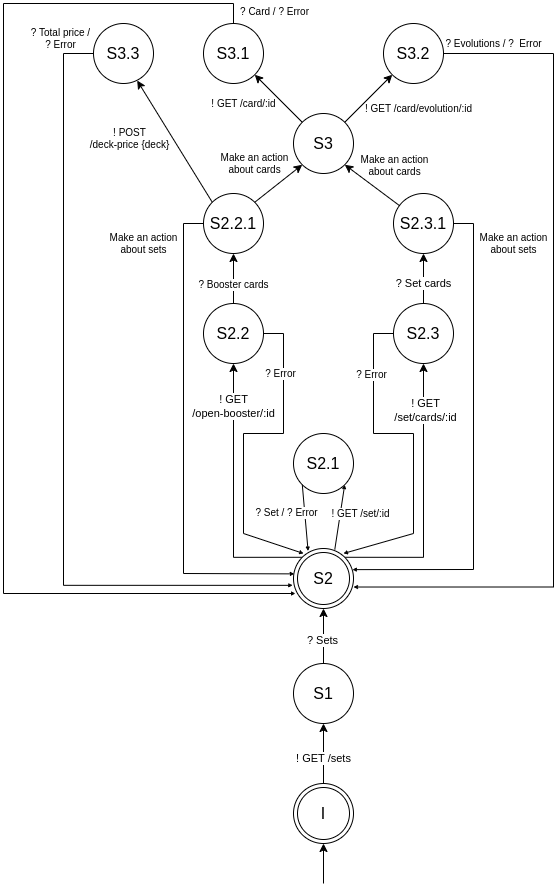
The draw.io diagram R412-Automates_langages/automate-client.png in PolLamothe/Pokapi, before a commit. Source tidied: cells renumbered, new cells last; positions are measured from the earlier drawing's top-left corner, leaving out a move shared by most shapes. The source it was exported from:
```xml
<mxGraphModel>
  <root>
    <mxCell id="0" />
    <mxCell id="1" parent="0" />
    <mxCell id="2" style="edgeStyle=orthogonalEdgeStyle;rounded=0;jettySize=auto;html=1;" parent="1" edge="1" source="4" target="7">
      <mxGeometry relative="1" as="geometry" />
    </mxCell>
    <mxCell id="3" value="! GET /sets" style="edgeLabel;html=1;align=center;verticalAlign=middle;" parent="2" vertex="1">
      <mxGeometry x="0.02" relative="1" as="geometry">
        <mxPoint y="5" as="offset" />
      </mxGeometry>
    </mxCell>
    <mxCell id="4" value="I" style="ellipse;shape=doubleEllipse;whiteSpace=wrap;html=1;fontSize=16;" parent="1" vertex="1">
      <mxGeometry x="290" y="780" width="60" height="60" as="geometry" />
    </mxCell>
    <mxCell id="5" style="edgeStyle=orthogonalEdgeStyle;rounded=0;jettySize=auto;html=1;" parent="1" edge="1" source="7" target="13">
      <mxGeometry relative="1" as="geometry" />
    </mxCell>
    <mxCell id="6" value="? Sets" style="edgeLabel;html=1;align=center;verticalAlign=middle;labelBackgroundColor=default;" parent="5" vertex="1">
      <mxGeometry x="0.1" y="-1" relative="1" as="geometry">
        <mxPoint x="-2" y="7" as="offset" />
      </mxGeometry>
    </mxCell>
    <mxCell id="7" value="S1" style="ellipse;whiteSpace=wrap;html=1;fontSize=16;" parent="1" vertex="1">
      <mxGeometry x="290" y="660" width="60" height="60" as="geometry" />
    </mxCell>
    <mxCell id="8" value="S2.1" style="ellipse;whiteSpace=wrap;html=1;fontSize=16;" parent="1" vertex="1">
      <mxGeometry x="290" y="430" width="60" height="60" as="geometry" />
    </mxCell>
    <mxCell id="9" style="edgeStyle=orthogonalEdgeStyle;rounded=0;jettySize=auto;html=1;exitX=0;exitY=0;exitDx=0;exitDy=0;entryX=0.5;entryY=1;entryDx=0;entryDy=0;" parent="1" edge="1" source="13" target="17">
      <mxGeometry relative="1" as="geometry" />
    </mxCell>
    <mxCell id="10" value="! GET&lt;br&gt;/open-booster/:id" style="edgeLabel;html=1;align=center;verticalAlign=middle;" parent="9" vertex="1">
      <mxGeometry x="-0.29" y="3" relative="1" as="geometry">
        <mxPoint x="3" y="-127" as="offset" />
      </mxGeometry>
    </mxCell>
    <mxCell id="11" style="edgeStyle=orthogonalEdgeStyle;rounded=0;jettySize=auto;html=1;entryX=0.5;entryY=1;entryDx=0;entryDy=0;exitX=1;exitY=0;exitDx=0;exitDy=0;" parent="1" edge="1" source="13" target="20">
      <mxGeometry relative="1" as="geometry" />
    </mxCell>
    <mxCell id="12" value="! GET &lt;br&gt;/set/cards/:id" style="edgeLabel;html=1;align=center;verticalAlign=middle;" parent="11" vertex="1">
      <mxGeometry x="-0.2" y="-1" relative="1" as="geometry">
        <mxPoint x="1" y="-117" as="offset" />
      </mxGeometry>
    </mxCell>
    <mxCell id="13" value="S2" style="ellipse;shape=doubleEllipse;whiteSpace=wrap;html=1;fontSize=16;" parent="1" vertex="1">
      <mxGeometry x="290" y="545" width="60" height="60" as="geometry" />
    </mxCell>
    <mxCell id="14" style="endArrow=classic;html=1;rounded=0;entryX=0.5;entryY=1;entryDx=0;entryDy=0;" parent="1" edge="1" target="4">
      <mxGeometry relative="1" as="geometry">
        <mxPoint x="320" y="880" as="sourcePoint" />
      </mxGeometry>
    </mxCell>
    <mxCell id="15" style="edgeStyle=orthogonalEdgeStyle;rounded=0;jettySize=auto;html=1;" parent="1" edge="1" source="17" target="24">
      <mxGeometry relative="1" as="geometry" />
    </mxCell>
    <mxCell id="16" value="? Booster cards" style="edgeLabel;html=1;align=center;verticalAlign=middle;fontSize=10;" parent="15" vertex="1">
      <mxGeometry x="0.1" y="-3" relative="1" as="geometry">
        <mxPoint x="-3" y="8" as="offset" />
      </mxGeometry>
    </mxCell>
    <mxCell id="17" value="S2.2" style="ellipse;whiteSpace=wrap;html=1;fontSize=16;" parent="1" vertex="1">
      <mxGeometry x="200" y="300" width="60" height="60" as="geometry" />
    </mxCell>
    <mxCell id="18" style="edgeStyle=orthogonalEdgeStyle;rounded=0;jettySize=auto;html=1;entryX=0.5;entryY=1;entryDx=0;entryDy=0;" parent="1" edge="1" source="20" target="25">
      <mxGeometry relative="1" as="geometry" />
    </mxCell>
    <mxCell id="19" value="? Set cards" style="edgeLabel;html=1;align=center;verticalAlign=middle;" parent="18" vertex="1">
      <mxGeometry x="0.21" relative="1" as="geometry">
        <mxPoint y="10" as="offset" />
      </mxGeometry>
    </mxCell>
    <mxCell id="20" value="S2.3" style="ellipse;whiteSpace=wrap;html=1;fontSize=16;" parent="1" vertex="1">
      <mxGeometry x="390" y="300" width="60" height="60" as="geometry" />
    </mxCell>
    <mxCell id="21" value="S3.2" style="ellipse;whiteSpace=wrap;html=1;fontSize=16;" parent="1" vertex="1">
      <mxGeometry x="380" y="20" width="60" height="60" as="geometry" />
    </mxCell>
    <mxCell id="22" value="S3.1" style="ellipse;whiteSpace=wrap;html=1;fontSize=16;" parent="1" vertex="1">
      <mxGeometry x="200" y="20" width="60" height="60" as="geometry" />
    </mxCell>
    <mxCell id="23" value="S3.3" style="ellipse;whiteSpace=wrap;html=1;fontSize=16;" parent="1" vertex="1">
      <mxGeometry x="90" y="20" width="60" height="60" as="geometry" />
    </mxCell>
    <mxCell id="24" value="S2.2.1" style="ellipse;whiteSpace=wrap;html=1;fontSize=16;" parent="1" vertex="1">
      <mxGeometry x="200" y="190" width="60" height="60" as="geometry" />
    </mxCell>
    <mxCell id="25" value="S2.3.1" style="ellipse;whiteSpace=wrap;html=1;fontSize=16;" parent="1" vertex="1">
      <mxGeometry x="390" y="190" width="60" height="60" as="geometry" />
    </mxCell>
    <mxCell id="26" style="endArrow=classic;html=1;rounded=0;endSize=2;exitX=1;exitY=0.5;exitDx=0;exitDy=0;entryX=0.167;entryY=0.083;entryDx=0;entryDy=0;entryPerimeter=0;" parent="1" edge="1" source="17" target="13">
      <mxGeometry relative="1" as="geometry">
        <Array as="points">
          <mxPoint x="280" y="330" />
          <mxPoint x="280" y="430" />
          <mxPoint x="240" y="430" />
          <mxPoint x="240" y="530" />
        </Array>
      </mxGeometry>
    </mxCell>
    <mxCell id="27" value="? Error" style="edgeLabel;html=1;align=center;verticalAlign=middle;fontSize=10;" parent="26" vertex="1">
      <mxGeometry x="-0.6" y="1" relative="1" as="geometry">
        <mxPoint x="-4" y="-5" as="offset" />
      </mxGeometry>
    </mxCell>
    <mxCell id="28" style="endArrow=classic;html=1;rounded=0;endSize=2;exitX=0;exitY=0.5;exitDx=0;exitDy=0;entryX=0.833;entryY=0.083;entryDx=0;entryDy=0;entryPerimeter=0;" parent="1" edge="1" source="20" target="13">
      <mxGeometry relative="1" as="geometry">
        <Array as="points">
          <mxPoint x="370" y="330" />
          <mxPoint x="370" y="430" />
          <mxPoint x="410" y="430" />
          <mxPoint x="410" y="530" />
        </Array>
      </mxGeometry>
    </mxCell>
    <mxCell id="29" value="? Error" style="edgeLabel;html=1;align=center;verticalAlign=middle;fontSize=10;" parent="28" vertex="1">
      <mxGeometry x="-0.57" y="-2" relative="1" as="geometry">
        <mxPoint y="-12" as="offset" />
      </mxGeometry>
    </mxCell>
    <mxCell id="30" style="endArrow=classic;html=1;rounded=0;endSize=2;exitX=0;exitY=0.5;exitDx=0;exitDy=0;entryX=0.013;entryY=0.423;entryDx=0;entryDy=0;entryPerimeter=0;" parent="1" edge="1" source="24" target="13">
      <mxGeometry relative="1" as="geometry">
        <Array as="points">
          <mxPoint x="180" y="220" />
          <mxPoint x="180" y="570" />
        </Array>
      </mxGeometry>
    </mxCell>
    <mxCell id="31" value="Make an action &lt;br style=&quot;font-size: 10px;&quot;&gt;about sets" style="edgeLabel;html=1;align=center;verticalAlign=middle;fontSize=10;" parent="30" vertex="1">
      <mxGeometry x="-0.75" y="-2" relative="1" as="geometry">
        <mxPoint x="-38" y="-21" as="offset" />
      </mxGeometry>
    </mxCell>
    <mxCell id="32" style="endArrow=classic;html=1;rounded=0;endSize=2;exitX=1;exitY=0.5;exitDx=0;exitDy=0;entryX=0.982;entryY=0.352;entryDx=0;entryDy=0;entryPerimeter=0;" parent="1" edge="1" source="25" target="13">
      <mxGeometry relative="1" as="geometry">
        <Array as="points">
          <mxPoint x="470" y="220" />
          <mxPoint x="470" y="566" />
        </Array>
      </mxGeometry>
    </mxCell>
    <mxCell id="33" value="Make an action&lt;br style=&quot;border-color: var(--border-color); font-size: 10px;&quot;&gt;&lt;span style=&quot;font-size: 10px;&quot;&gt;about sets&lt;/span&gt;" style="edgeLabel;html=1;align=center;verticalAlign=middle;fontSize=10;" parent="32" vertex="1">
      <mxGeometry x="-0.79" y="-2" relative="1" as="geometry">
        <mxPoint x="42" y="-12" as="offset" />
      </mxGeometry>
    </mxCell>
    <mxCell id="34" value="S3" style="ellipse;whiteSpace=wrap;html=1;fontSize=16;" parent="1" vertex="1">
      <mxGeometry x="290" y="110" width="60" height="60" as="geometry" />
    </mxCell>
    <mxCell id="35" style="endArrow=classic;html=1;rounded=0;exitX=1;exitY=0;exitDx=0;exitDy=0;entryX=0;entryY=1;entryDx=0;entryDy=0;" parent="1" edge="1" source="24" target="34">
      <mxGeometry relative="1" as="geometry" />
    </mxCell>
    <mxCell id="36" value="Make an action &lt;br style=&quot;font-size: 10px;&quot;&gt;about cards" style="edgeLabel;html=1;align=center;verticalAlign=middle;fontSize=10;labelBackgroundColor=none;" parent="35" vertex="1">
      <mxGeometry x="0.23" y="-1" relative="1" as="geometry">
        <mxPoint x="-31" y="-17" as="offset" />
      </mxGeometry>
    </mxCell>
    <mxCell id="37" style="endArrow=classic;html=1;rounded=0;entryX=1;entryY=1;entryDx=0;entryDy=0;" parent="1" edge="1" source="25" target="34">
      <mxGeometry relative="1" as="geometry" />
    </mxCell>
    <mxCell id="38" value="Make an action &lt;br style=&quot;font-size: 10px;&quot;&gt;about cards" style="edgeLabel;html=1;align=center;verticalAlign=middle;fontSize=10;labelBackgroundColor=none;" parent="37" vertex="1">
      <mxGeometry x="0.23" y="-1" relative="1" as="geometry">
        <mxPoint x="28" y="-14" as="offset" />
      </mxGeometry>
    </mxCell>
    <mxCell id="39" style="endArrow=classic;html=1;rounded=0;exitX=0;exitY=0;exitDx=0;exitDy=0;entryX=1;entryY=1;entryDx=0;entryDy=0;" parent="1" edge="1" source="34" target="22">
      <mxGeometry relative="1" as="geometry" />
    </mxCell>
    <mxCell id="40" value="! GET /card/:id" style="edgeLabel;html=1;align=center;verticalAlign=middle;fontSize=10;labelBackgroundColor=none;" parent="39" vertex="1">
      <mxGeometry x="0.23" y="-1" relative="1" as="geometry">
        <mxPoint x="-30" y="11" as="offset" />
      </mxGeometry>
    </mxCell>
    <mxCell id="41" style="endArrow=classic;html=1;rounded=0;exitX=1;exitY=0;exitDx=0;exitDy=0;entryX=0;entryY=1;entryDx=0;entryDy=0;" parent="1" edge="1" source="34" target="21">
      <mxGeometry relative="1" as="geometry" />
    </mxCell>
    <mxCell id="42" value="! GET /card/evolution/:id" style="edgeLabel;html=1;align=center;verticalAlign=middle;fontSize=10;labelBackgroundColor=none;" parent="41" vertex="1">
      <mxGeometry x="0.23" y="-1" relative="1" as="geometry">
        <mxPoint x="43" y="15" as="offset" />
      </mxGeometry>
    </mxCell>
    <mxCell id="43" style="endArrow=classic;html=1;rounded=0;exitX=0;exitY=0;exitDx=0;exitDy=0;entryX=0.728;entryY=0.951;entryDx=0;entryDy=0;entryPerimeter=0;" parent="1" edge="1" source="24" target="23">
      <mxGeometry relative="1" as="geometry" />
    </mxCell>
    <mxCell id="44" value="! POST &lt;br&gt;/deck-price {deck}" style="edgeLabel;html=1;align=center;verticalAlign=middle;fontSize=10;labelBackgroundColor=none;" parent="43" vertex="1">
      <mxGeometry x="0.23" y="-1" relative="1" as="geometry">
        <mxPoint x="-38" y="11" as="offset" />
      </mxGeometry>
    </mxCell>
    <mxCell id="45" style="edgeStyle=orthogonalEdgeStyle;rounded=0;jettySize=auto;html=1;entryX=1;entryY=0.642;entryDx=0;entryDy=0;entryPerimeter=0;endSize=2;" parent="1" edge="1" source="21" target="13">
      <mxGeometry relative="1" as="geometry">
        <Array as="points">
          <mxPoint x="550" y="50" />
          <mxPoint x="550" y="584" />
        </Array>
      </mxGeometry>
    </mxCell>
    <mxCell id="46" value="? Evolutions / ?&amp;nbsp; Error" style="edgeLabel;html=1;align=center;verticalAlign=middle;fontSize=10;" parent="45" vertex="1">
      <mxGeometry x="-0.76" y="1" relative="1" as="geometry">
        <mxPoint x="-52" y="-9" as="offset" />
      </mxGeometry>
    </mxCell>
    <mxCell id="47" style="edgeStyle=orthogonalEdgeStyle;rounded=0;jettySize=auto;html=1;entryX=-0.014;entryY=0.614;entryDx=0;entryDy=0;entryPerimeter=0;endSize=2;" parent="1" edge="1" source="23" target="13">
      <mxGeometry relative="1" as="geometry">
        <Array as="points">
          <mxPoint x="60" y="50" />
          <mxPoint x="60" y="582" />
        </Array>
      </mxGeometry>
    </mxCell>
    <mxCell id="48" value="? Total price / &lt;br&gt;? Error" style="edgeLabel;html=1;align=center;verticalAlign=middle;fontSize=10;" parent="47" vertex="1">
      <mxGeometry x="-0.82" y="-3" relative="1" as="geometry">
        <mxPoint y="-55" as="offset" />
      </mxGeometry>
    </mxCell>
    <mxCell id="49" style="edgeStyle=orthogonalEdgeStyle;rounded=0;jettySize=auto;html=1;endSize=2;entryX=0.033;entryY=0.75;entryDx=0;entryDy=0;entryPerimeter=0;" parent="1" edge="1" source="22" target="13">
      <mxGeometry relative="1" as="geometry">
        <Array as="points">
          <mxPoint x="230" />
          <mxPoint />
          <mxPoint y="590" />
        </Array>
      </mxGeometry>
    </mxCell>
    <mxCell id="50" value="? Card / ? Error" style="edgeLabel;html=1;align=center;verticalAlign=middle;fontSize=10;" parent="49" vertex="1">
      <mxGeometry x="-0.93" y="1" relative="1" as="geometry">
        <mxPoint x="57" y="7" as="offset" />
      </mxGeometry>
    </mxCell>
    <mxCell id="51" style="endArrow=classic;html=1;rounded=0;exitX=0.688;exitY=0.018;exitDx=0;exitDy=0;exitPerimeter=0;entryX=1;entryY=1;entryDx=0;entryDy=0;endSize=2;" parent="1" edge="1" source="13" target="8">
      <mxGeometry relative="1" as="geometry" />
    </mxCell>
    <mxCell id="52" value="! GET /set/:id" style="edgeLabel;html=1;align=center;verticalAlign=middle;fontSize=10;" parent="51" vertex="1">
      <mxGeometry x="0.16" relative="1" as="geometry">
        <mxPoint x="20" y="1" as="offset" />
      </mxGeometry>
    </mxCell>
    <mxCell id="53" style="endArrow=classic;html=1;rounded=0;endSize=2;entryX=0.243;entryY=0.041;entryDx=0;entryDy=0;entryPerimeter=0;exitX=0;exitY=1;exitDx=0;exitDy=0;" parent="1" edge="1" source="8" target="13">
      <mxGeometry relative="1" as="geometry" />
    </mxCell>
    <mxCell id="54" value="? Set / ? Error" style="edgeLabel;html=1;align=center;verticalAlign=middle;fontSize=10;" parent="53" vertex="1">
      <mxGeometry x="-0.22" y="1" relative="1" as="geometry">
        <mxPoint x="-19" y="2" as="offset" />
      </mxGeometry>
    </mxCell>
  </root>
</mxGraphModel>
```
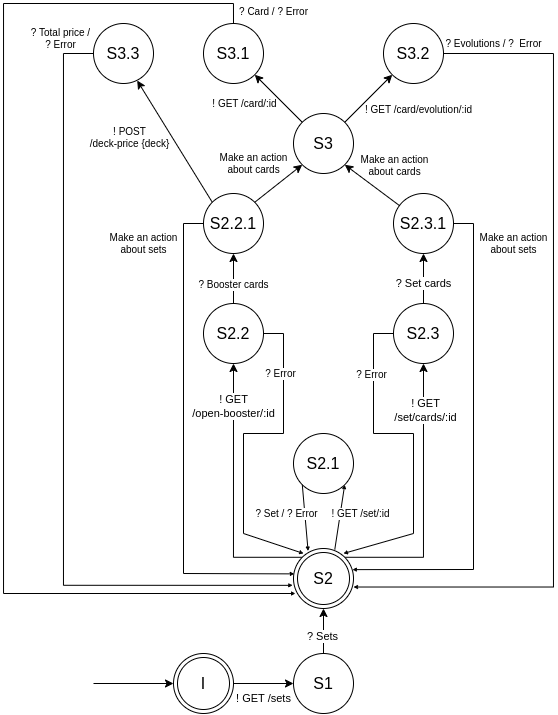
After the change.

Change to the diagram source:
```diff
@@ -7,11 +7,11 @@
     </mxCell>
     <mxCell id="3" value="! GET /sets" style="edgeLabel;html=1;align=center;verticalAlign=middle;" parent="2" vertex="1">
       <mxGeometry x="0.02" relative="1" as="geometry">
-        <mxPoint y="5" as="offset" />
+        <mxPoint x="-1" y="15" as="offset" />
       </mxGeometry>
     </mxCell>
     <mxCell id="4" value="I" style="ellipse;shape=doubleEllipse;whiteSpace=wrap;html=1;fontSize=16;" parent="1" vertex="1">
-      <mxGeometry x="290" y="780" width="60" height="60" as="geometry" />
+      <mxGeometry x="170" y="650" width="60" height="60" as="geometry" />
     </mxCell>
     <mxCell id="5" style="edgeStyle=orthogonalEdgeStyle;rounded=0;jettySize=auto;html=1;" parent="1" edge="1" source="7" target="13">
       <mxGeometry relative="1" as="geometry" />
@@ -22,7 +22,7 @@
       </mxGeometry>
     </mxCell>
     <mxCell id="7" value="S1" style="ellipse;whiteSpace=wrap;html=1;fontSize=16;" parent="1" vertex="1">
-      <mxGeometry x="290" y="660" width="60" height="60" as="geometry" />
+      <mxGeometry x="290" y="650" width="60" height="60" as="geometry" />
     </mxCell>
     <mxCell id="8" value="S2.1" style="ellipse;whiteSpace=wrap;html=1;fontSize=16;" parent="1" vertex="1">
       <mxGeometry x="290" y="430" width="60" height="60" as="geometry" />
@@ -46,9 +46,9 @@
     <mxCell id="13" value="S2" style="ellipse;shape=doubleEllipse;whiteSpace=wrap;html=1;fontSize=16;" parent="1" vertex="1">
       <mxGeometry x="290" y="545" width="60" height="60" as="geometry" />
     </mxCell>
-    <mxCell id="14" style="endArrow=classic;html=1;rounded=0;entryX=0.5;entryY=1;entryDx=0;entryDy=0;" parent="1" edge="1" target="4">
+    <mxCell id="14" style="endArrow=classic;html=1;rounded=0;entryX=0;entryY=0.5;entryDx=0;entryDy=0;" parent="1" edge="1" target="4">
       <mxGeometry relative="1" as="geometry">
-        <mxPoint x="320" y="880" as="sourcePoint" />
+        <mxPoint x="90" y="680" as="sourcePoint" />
       </mxGeometry>
     </mxCell>
     <mxCell id="15" style="edgeStyle=orthogonalEdgeStyle;rounded=0;jettySize=auto;html=1;" parent="1" edge="1" source="17" target="24">
```
